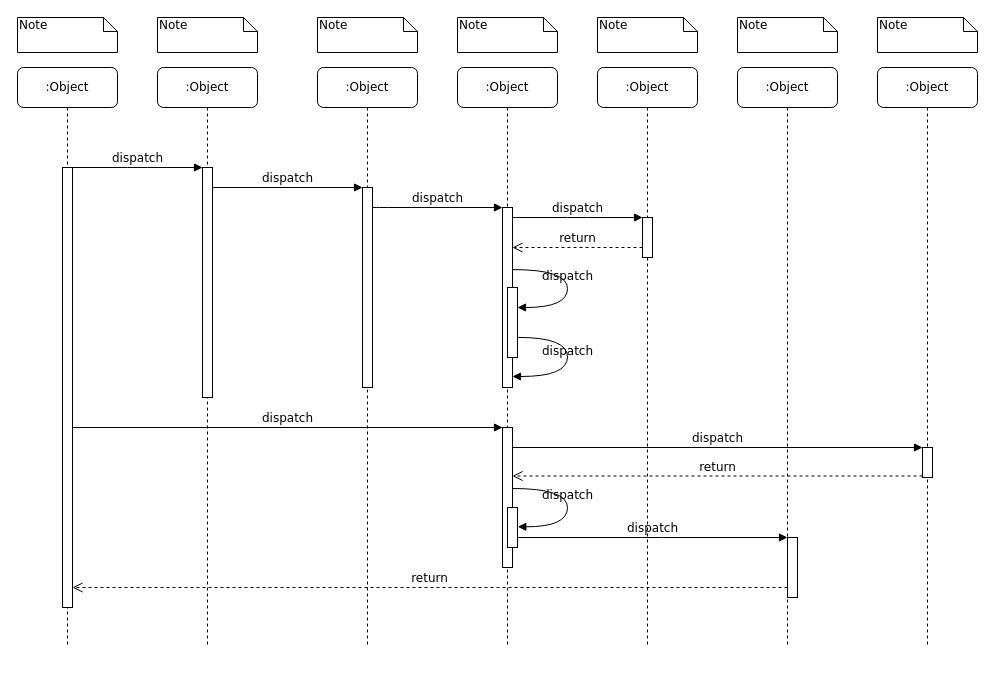
Above: 未命名绘图.drawio in mansu10/graphics (draw.io), before the change. Source tidied: cells renumbered, new cells numbered last; positions are measured from the earlier drawing's top-left corner, leaving out a move shared by most shapes. Both pictures are drawn from the tidied source at 100%, with x=0, y=0 at pixel (17, 17).
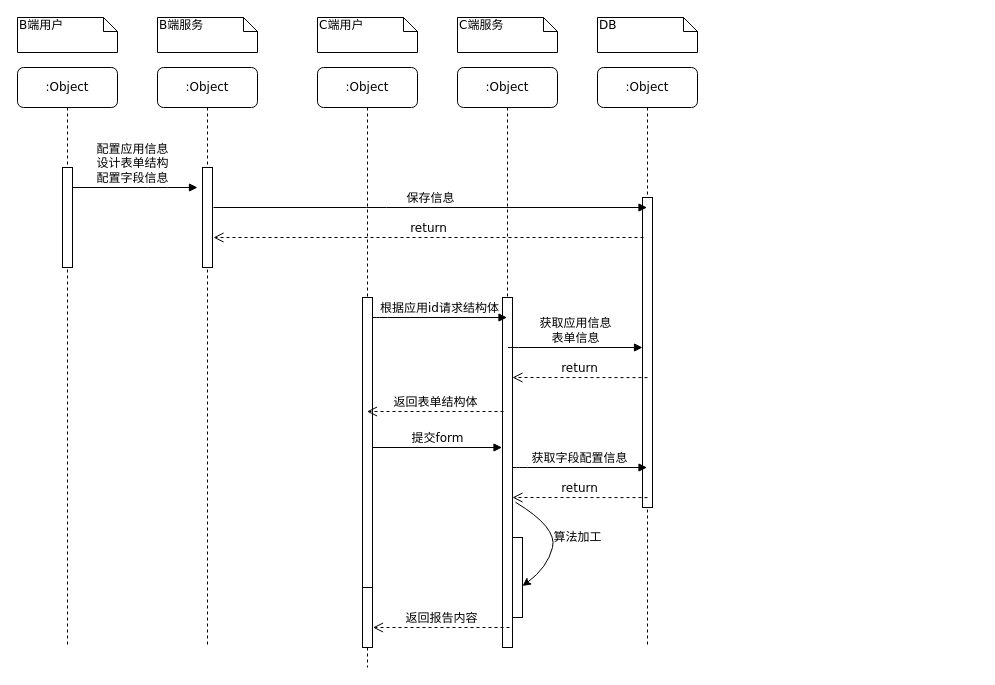
The same diagram, later.

The change refers to these unchanged cells:
```xml
<mxCell id="2" value=":Object" style="shape=umlLifeline;perimeter=lifelinePerimeter;whiteSpace=wrap;html=1;rounded=1;shadow=0;comic=0;labelBackgroundColor=none;strokeWidth=1;fontFamily=Verdana;fontSize=12;align=center;" parent="1" vertex="1">
  <mxGeometry x="140" y="50" width="100" height="580" as="geometry" />
</mxCell>
<mxCell id="6" value=":Object" style="shape=umlLifeline;perimeter=lifelinePerimeter;whiteSpace=wrap;html=1;outlineConnect=0;rounded=1;shadow=0;comic=0;labelBackgroundColor=none;strokeWidth=1;fontFamily=Verdana;fontSize=12;align=center;" parent="1" vertex="1">
  <mxGeometry x="440" y="50" width="100" height="580" as="geometry" />
</mxCell>
<mxCell id="7" value=":Object" style="shape=umlLifeline;perimeter=lifelinePerimeter;whiteSpace=wrap;html=1;outlineConnect=0;rounded=1;shadow=0;comic=0;labelBackgroundColor=none;strokeWidth=1;fontFamily=Verdana;fontSize=12;align=center;" parent="1" vertex="1">
  <mxGeometry x="580" y="50" width="100" height="580" as="geometry" />
</mxCell>
<mxCell id="10" value=":Object" style="shape=umlLifeline;perimeter=lifelinePerimeter;whiteSpace=wrap;html=1;outlineConnect=0;rounded=1;shadow=0;comic=0;labelBackgroundColor=none;strokeWidth=1;fontFamily=Verdana;fontSize=12;align=center;" parent="1" vertex="1">
  <mxGeometry y="50" width="100" height="580" as="geometry" />
</mxCell>
```

Change to the diagram source:
```diff
@@
     <mxCell id="3" style="html=1;points=[];perimeter=orthogonalPerimeter;rounded=0;shadow=0;comic=0;labelBackgroundColor=none;strokeWidth=1;fontFamily=Verdana;fontSize=12;align=center;" parent="2" vertex="1">
-      <mxGeometry x="45" y="100" width="10" height="230" as="geometry" />
+      <mxGeometry x="45" y="100" width="10" height="100" as="geometry" />
     </mxCell>
+    <mxCell id="39" value="&lt;span style=&quot;font-family: Helvetica;&quot;&gt;配置应用信息&lt;/span&gt;&lt;br style=&quot;font-family: Helvetica;&quot;&gt;&lt;span style=&quot;font-family: Helvetica;&quot;&gt;设计表单结构&lt;br&gt;配置字段信息&lt;br&gt;&lt;/span&gt;" style="html=1;verticalAlign=bottom;endArrow=block;labelBackgroundColor=none;fontFamily=Verdana;fontSize=12;edgeStyle=elbowEdgeStyle;elbow=vertical;" parent="2" edge="1" source="10">
+      <mxGeometry relative="1" as="geometry">
+        <mxPoint x="40" y="120" as="targetPoint" />
+      </mxGeometry>
+    </mxCell>
     <mxCell id="4" value=":Object" style="shape=umlLifeline;perimeter=lifelinePerimeter;whiteSpace=wrap;html=1;outlineConnect=0;rounded=1;shadow=0;comic=0;labelBackgroundColor=none;strokeWidth=1;fontFamily=Verdana;fontSize=12;align=center;" parent="1" vertex="1">
-      <mxGeometry x="300" y="50" width="100" height="580" as="geometry" />
+      <mxGeometry x="300" y="50" width="100" height="600" as="geometry" />
     </mxCell>
     <mxCell id="5" style="html=1;points=[];perimeter=orthogonalPerimeter;rounded=0;shadow=0;comic=0;labelBackgroundColor=none;strokeWidth=1;fontFamily=Verdana;fontSize=12;align=center;" parent="4" vertex="1">
-      <mxGeometry x="45" y="120" width="10" height="200" as="geometry" />
+      <mxGeometry x="45" y="230" width="10" height="310" as="geometry" />
     </mxCell>
+    <mxCell id="40" style="html=1;perimeter=orthogonalPerimeter;rounded=0;shadow=0;comic=0;labelBackgroundColor=none;strokeWidth=1;fontFamily=Verdana;fontSize=12;align=center;" parent="4" vertex="1">
+      <mxGeometry x="45" y="520" width="10" height="60" as="geometry" />
+    </mxCell>
@@
+    <mxCell id="41" value="提交form" style="html=1;verticalAlign=bottom;endArrow=block;labelBackgroundColor=none;fontFamily=Verdana;fontSize=12;edgeStyle=elbowEdgeStyle;elbow=vertical;" parent="6" edge="1">
+      <mxGeometry relative="1" as="geometry">
+        <mxPoint x="-85" y="380" as="sourcePoint" />
+        <mxPoint x="44.5" y="380" as="targetPoint" />
+        <Array as="points">
+          <mxPoint x="-85" y="380" />
+          <mxPoint x="-135" y="340" />
+          <mxPoint x="-45" y="360" />
+          <mxPoint x="-135" y="360" />
+        </Array>
+      </mxGeometry>
+    </mxCell>
+    <mxCell id="42" style="html=1;points=[];perimeter=orthogonalPerimeter;rounded=0;shadow=0;comic=0;labelBackgroundColor=none;strokeWidth=1;fontFamily=Verdana;fontSize=12;align=center;" parent="6" vertex="1">
+      <mxGeometry x="55" y="470" width="10" height="80" as="geometry" />
+    </mxCell>
@@
-    <mxCell id="8" value=":Object" style="shape=umlLifeline;perimeter=lifelinePerimeter;whiteSpace=wrap;html=1;rounded=1;shadow=0;comic=0;labelBackgroundColor=none;strokeWidth=1;fontFamily=Verdana;fontSize=12;align=center;" parent="1" vertex="1">
-      <mxGeometry x="720" y="50" width="100" height="580" as="geometry" />
-    </mxCell>
-    <mxCell id="9" value=":Object" style="shape=umlLifeline;perimeter=lifelinePerimeter;whiteSpace=wrap;html=1;rounded=1;shadow=0;comic=0;labelBackgroundColor=none;strokeWidth=1;fontFamily=Verdana;fontSize=12;align=center;" parent="1" vertex="1">
-      <mxGeometry x="860" y="50" width="100" height="580" as="geometry" />
-    </mxCell>
+    <mxCell id="14" style="html=1;points=[];perimeter=orthogonalPerimeter;rounded=0;shadow=0;comic=0;labelBackgroundColor=none;strokeWidth=1;fontFamily=Verdana;fontSize=12;align=center;" parent="7" vertex="1">
+      <mxGeometry x="45" y="130" width="10" height="310" as="geometry" />
+    </mxCell>
+    <mxCell id="12" style="html=1;points=[];perimeter=orthogonalPerimeter;rounded=0;shadow=0;comic=0;labelBackgroundColor=none;strokeWidth=1;fontFamily=Verdana;fontSize=12;align=center;" parent="7" vertex="1">
+      <mxGeometry x="-95" y="230" width="10" height="350" as="geometry" />
+    </mxCell>
+    <mxCell id="16" value="return" style="html=1;verticalAlign=bottom;endArrow=open;dashed=1;endSize=8;labelBackgroundColor=none;fontFamily=Verdana;fontSize=12;edgeStyle=elbowEdgeStyle;elbow=vertical;exitX=0.5;exitY=0.581;exitDx=0;exitDy=0;exitPerimeter=0;" parent="7" edge="1" source="14" target="12">
+      <mxGeometry relative="1" as="geometry">
+        <Array as="points">
+          <mxPoint x="-20" y="310" />
+          <mxPoint y="310" />
+          <mxPoint y="290" />
+          <mxPoint x="-10" y="275" />
+          <mxPoint x="20" y="275" />
+        </Array>
+      </mxGeometry>
+    </mxCell>
+    <mxCell id="43" value="获取字段配置信息" style="html=1;verticalAlign=bottom;endArrow=block;labelBackgroundColor=none;fontFamily=Verdana;fontSize=12;edgeStyle=elbowEdgeStyle;elbow=vertical;" parent="7" edge="1">
+      <mxGeometry relative="1" as="geometry">
+        <mxPoint x="-85" y="400" as="sourcePoint" />
+        <mxPoint x="49.5" y="400" as="targetPoint" />
+        <Array as="points">
+          <mxPoint x="-80" y="400" />
+          <mxPoint x="-130" y="360" />
+          <mxPoint x="-40" y="380" />
+          <mxPoint x="-130" y="380" />
+        </Array>
+      </mxGeometry>
+    </mxCell>
+    <mxCell id="44" value="return" style="html=1;verticalAlign=bottom;endArrow=open;dashed=1;endSize=8;labelBackgroundColor=none;fontFamily=Verdana;fontSize=12;edgeStyle=elbowEdgeStyle;elbow=vertical;exitX=0.5;exitY=0.581;exitDx=0;exitDy=0;exitPerimeter=0;" parent="7" edge="1">
+      <mxGeometry relative="1" as="geometry">
+        <mxPoint x="50" y="430.1" as="sourcePoint" />
+        <mxPoint x="-85" y="430" as="targetPoint" />
+        <Array as="points">
+          <mxPoint x="-20" y="430" />
+          <mxPoint y="430" />
+          <mxPoint y="410" />
+          <mxPoint x="-10" y="395" />
+          <mxPoint x="20" y="395" />
+        </Array>
+      </mxGeometry>
+    </mxCell>
@@
     <mxCell id="11" style="html=1;points=[];perimeter=orthogonalPerimeter;rounded=0;shadow=0;comic=0;labelBackgroundColor=none;strokeWidth=1;fontFamily=Verdana;fontSize=12;align=center;" parent="10" vertex="1">
-      <mxGeometry x="45" y="100" width="10" height="440" as="geometry" />
+      <mxGeometry x="45" y="100" width="10" height="100" as="geometry" />
     </mxCell>
-    <mxCell id="12" style="html=1;points=[];perimeter=orthogonalPerimeter;rounded=0;shadow=0;comic=0;labelBackgroundColor=none;strokeWidth=1;fontFamily=Verdana;fontSize=12;align=center;" parent="1" vertex="1">
-      <mxGeometry x="485" y="190" width="10" height="180" as="geometry" />
-    </mxCell>
-    <mxCell id="13" value="dispatch" style="html=1;verticalAlign=bottom;endArrow=block;labelBackgroundColor=none;fontFamily=Verdana;fontSize=12;edgeStyle=elbowEdgeStyle;elbow=vertical;" parent="1" edge="1" source="5" target="12">
+    <mxCell id="13" value="保存信息" style="html=1;verticalAlign=bottom;endArrow=block;labelBackgroundColor=none;fontFamily=Verdana;fontSize=12;edgeStyle=elbowEdgeStyle;elbow=vertical;exitX=1.2;exitY=0.174;exitDx=0;exitDy=0;exitPerimeter=0;" parent="1" edge="1" target="7">
       <mxGeometry relative="1" as="geometry">
+        <mxPoint x="196" y="190" as="sourcePoint" />
         <Array as="points">
-          <mxPoint x="360" y="190" />
+          <mxPoint x="359" y="190" />
         </Array>
       </mxGeometry>
     </mxCell>
-    <mxCell id="14" style="html=1;points=[];perimeter=orthogonalPerimeter;rounded=0;shadow=0;comic=0;labelBackgroundColor=none;strokeWidth=1;fontFamily=Verdana;fontSize=12;align=center;" parent="1" vertex="1">
-      <mxGeometry x="625" y="200" width="10" height="40" as="geometry" />
-    </mxCell>
-    <mxCell id="15" value="dispatch" style="html=1;verticalAlign=bottom;endArrow=block;entryX=0;entryY=0;labelBackgroundColor=none;fontFamily=Verdana;fontSize=12;edgeStyle=elbowEdgeStyle;elbow=vertical;" parent="1" edge="1" source="12" target="14">
-      <mxGeometry relative="1" as="geometry" />
-    </mxCell>
-    <mxCell id="16" value="return" style="html=1;verticalAlign=bottom;endArrow=open;dashed=1;endSize=8;labelBackgroundColor=none;fontFamily=Verdana;fontSize=12;edgeStyle=elbowEdgeStyle;elbow=vertical;" parent="1" edge="1" source="14" target="12">
-      <mxGeometry relative="1" as="geometry">
-        <Array as="points">
-          <mxPoint x="570" y="230" />
-          <mxPoint x="600" y="230" />
-        </Array>
-      </mxGeometry>
-    </mxCell>
-    <mxCell id="17" style="html=1;points=[];perimeter=orthogonalPerimeter;rounded=0;shadow=0;comic=0;labelBackgroundColor=none;strokeWidth=1;fontFamily=Verdana;fontSize=12;align=center;" parent="1" vertex="1">
-      <mxGeometry x="485" y="410" width="10" height="140" as="geometry" />
-    </mxCell>
-    <mxCell id="18" value="dispatch" style="html=1;verticalAlign=bottom;endArrow=block;entryX=0;entryY=0;labelBackgroundColor=none;fontFamily=Verdana;fontSize=12;" parent="1" edge="1" source="11" target="17">
-      <mxGeometry relative="1" as="geometry" />
-    </mxCell>
-    <mxCell id="19" style="html=1;points=[];perimeter=orthogonalPerimeter;rounded=0;shadow=0;comic=0;labelBackgroundColor=none;strokeColor=#000000;strokeWidth=1;fillColor=#FFFFFF;fontFamily=Verdana;fontSize=12;fontColor=#000000;align=center;" parent="1" vertex="1">
-      <mxGeometry x="905" y="430" width="10" height="30" as="geometry" />
-    </mxCell>
-    <mxCell id="20" value="dispatch" style="html=1;verticalAlign=bottom;endArrow=block;entryX=0;entryY=0;labelBackgroundColor=none;fontFamily=Verdana;fontSize=12;" parent="1" edge="1" source="17" target="19">
-      <mxGeometry relative="1" as="geometry" />
-    </mxCell>
-    <mxCell id="21" value="return" style="html=1;verticalAlign=bottom;endArrow=open;dashed=1;endSize=8;exitX=0;exitY=0.95;labelBackgroundColor=none;fontFamily=Verdana;fontSize=12;" parent="1" edge="1" source="19" target="17">
-      <mxGeometry relative="1" as="geometry" />
-    </mxCell>
-    <mxCell id="22" style="html=1;points=[];perimeter=orthogonalPerimeter;rounded=0;shadow=0;comic=0;labelBackgroundColor=none;strokeWidth=1;fontFamily=Verdana;fontSize=12;align=center;" parent="1" vertex="1">
-      <mxGeometry x="770" y="520" width="10" height="60" as="geometry" />
-    </mxCell>
-    <mxCell id="23" value="dispatch" style="html=1;verticalAlign=bottom;endArrow=block;entryX=0;entryY=0;labelBackgroundColor=none;fontFamily=Verdana;fontSize=12;edgeStyle=elbowEdgeStyle;elbow=vertical;" parent="1" edge="1" source="30" target="22">
-      <mxGeometry relative="1" as="geometry" />
-    </mxCell>
-    <mxCell id="24" value="return" style="html=1;verticalAlign=bottom;endArrow=open;dashed=1;endSize=8;labelBackgroundColor=none;fontFamily=Verdana;fontSize=12;edgeStyle=elbowEdgeStyle;elbow=vertical;" parent="1" edge="1" source="22" target="11">
-      <mxGeometry relative="1" as="geometry">
-        <Array as="points">
-          <mxPoint x="470" y="570" />
-        </Array>
-      </mxGeometry>
-    </mxCell>
-    <mxCell id="25" value="dispatch" style="html=1;verticalAlign=bottom;endArrow=block;entryX=0;entryY=0;labelBackgroundColor=none;fontFamily=Verdana;fontSize=12;edgeStyle=elbowEdgeStyle;elbow=vertical;" parent="1" edge="1" source="11" target="3">
-      <mxGeometry relative="1" as="geometry" />
-    </mxCell>
-    <mxCell id="26" value="dispatch" style="html=1;verticalAlign=bottom;endArrow=block;entryX=0;entryY=0;labelBackgroundColor=none;fontFamily=Verdana;fontSize=12;edgeStyle=elbowEdgeStyle;elbow=vertical;" parent="1" edge="1" source="3" target="5">
-      <mxGeometry relative="1" as="geometry" />
+    <mxCell id="26" value="根据应用id请求结构体" style="html=1;verticalAlign=bottom;endArrow=block;labelBackgroundColor=none;fontFamily=Verdana;fontSize=12;edgeStyle=elbowEdgeStyle;elbow=vertical;" parent="1" edge="1" source="5" target="6">
+      <mxGeometry relative="1" as="geometry">
+        <Array as="points">
+          <mxPoint x="360" y="300" />
+          <mxPoint x="310" y="260" />
+          <mxPoint x="400" y="280" />
+          <mxPoint x="310" y="280" />
+        </Array>
+      </mxGeometry>
     </mxCell>
-    <mxCell id="27" style="html=1;points=[];perimeter=orthogonalPerimeter;rounded=0;shadow=0;comic=0;labelBackgroundColor=none;strokeWidth=1;fontFamily=Verdana;fontSize=12;align=center;" parent="1" vertex="1">
-      <mxGeometry x="490" y="270" width="10" height="70" as="geometry" />
-    </mxCell>
-    <mxCell id="28" value="dispatch" style="html=1;verticalAlign=bottom;endArrow=block;labelBackgroundColor=none;fontFamily=Verdana;fontSize=12;elbow=vertical;edgeStyle=orthogonalEdgeStyle;curved=1;entryX=1;entryY=0.286;entryPerimeter=0;exitX=1.038;exitY=0.345;exitPerimeter=0;" parent="1" edge="1" source="12" target="27">
-      <mxGeometry relative="1" as="geometry">
-        <Array as="points">
-          <mxPoint x="550" y="252" />
-          <mxPoint x="550" y="290" />
-        </Array>
-      </mxGeometry>
-    </mxCell>
-    <mxCell id="29" value="dispatch" style="html=1;verticalAlign=bottom;endArrow=block;labelBackgroundColor=none;fontFamily=Verdana;fontSize=12;elbow=vertical;edgeStyle=orthogonalEdgeStyle;curved=1;exitX=1.066;exitY=0.713;exitPerimeter=0;" parent="1" edge="1" source="27">
-      <mxGeometry relative="1" as="geometry">
-        <mxPoint x="495" y="359" as="targetPoint" />
-        <Array as="points">
-          <mxPoint x="550" y="320" />
-          <mxPoint x="550" y="359" />
-        </Array>
-      </mxGeometry>
-    </mxCell>
-    <mxCell id="30" style="html=1;points=[];perimeter=orthogonalPerimeter;rounded=0;shadow=0;comic=0;labelBackgroundColor=none;strokeWidth=1;fontFamily=Verdana;fontSize=12;align=center;" parent="1" vertex="1">
-      <mxGeometry x="490" y="490" width="10" height="40" as="geometry" />
-    </mxCell>
-    <mxCell id="31" value="dispatch" style="html=1;verticalAlign=bottom;endArrow=block;labelBackgroundColor=none;fontFamily=Verdana;fontSize=12;elbow=vertical;edgeStyle=orthogonalEdgeStyle;curved=1;entryX=1;entryY=0.286;entryPerimeter=0;exitX=1.038;exitY=0.345;exitPerimeter=0;" parent="1" edge="1">
-      <mxGeometry relative="1" as="geometry">
-        <mxPoint x="495.3" y="471" as="sourcePoint" />
-        <mxPoint x="500.3" y="509.3" as="targetPoint" />
-        <Array as="points">
-          <mxPoint x="550" y="471" />
-          <mxPoint x="550" y="509" />
-        </Array>
-      </mxGeometry>
-    </mxCell>
-    <mxCell id="32" value="Note" style="shape=note;whiteSpace=wrap;html=1;size=14;verticalAlign=top;align=left;spacingTop=-6;rounded=0;shadow=0;comic=0;labelBackgroundColor=none;strokeWidth=1;fontFamily=Verdana;fontSize=12;" parent="1" vertex="1">
+    <mxCell id="32" value="B端用户" style="shape=note;whiteSpace=wrap;html=1;size=14;verticalAlign=top;align=left;spacingTop=-6;rounded=0;shadow=0;comic=0;labelBackgroundColor=none;strokeWidth=1;fontFamily=Verdana;fontSize=12;" parent="1" vertex="1">
       <mxGeometry width="100" height="35" as="geometry" />
     </mxCell>
-    <mxCell id="33" value="Note" style="shape=note;whiteSpace=wrap;html=1;size=14;verticalAlign=top;align=left;spacingTop=-6;rounded=0;shadow=0;comic=0;labelBackgroundColor=none;strokeWidth=1;fontFamily=Verdana;fontSize=12;" parent="1" vertex="1">
+    <mxCell id="33" value="B端服务" style="shape=note;whiteSpace=wrap;html=1;size=14;verticalAlign=top;align=left;spacingTop=-6;rounded=0;shadow=0;comic=0;labelBackgroundColor=none;strokeWidth=1;fontFamily=Verdana;fontSize=12;" parent="1" vertex="1">
       <mxGeometry x="140" width="100" height="35" as="geometry" />
     </mxCell>
-    <mxCell id="34" value="Note" style="shape=note;whiteSpace=wrap;html=1;size=14;verticalAlign=top;align=left;spacingTop=-6;rounded=0;shadow=0;comic=0;labelBackgroundColor=none;strokeWidth=1;fontFamily=Verdana;fontSize=12;" parent="1" vertex="1">
+    <mxCell id="34" value="C端用户" style="shape=note;whiteSpace=wrap;html=1;size=14;verticalAlign=top;align=left;spacingTop=-6;rounded=0;shadow=0;comic=0;labelBackgroundColor=none;strokeWidth=1;fontFamily=Verdana;fontSize=12;" parent="1" vertex="1">
       <mxGeometry x="300" width="100" height="35" as="geometry" />
     </mxCell>
-    <mxCell id="35" value="Note" style="shape=note;whiteSpace=wrap;html=1;size=14;verticalAlign=top;align=left;spacingTop=-6;rounded=0;shadow=0;comic=0;labelBackgroundColor=none;strokeWidth=1;fontFamily=Verdana;fontSize=12;" parent="1" vertex="1">
+    <mxCell id="35" value="C端服务" style="shape=note;whiteSpace=wrap;html=1;size=14;verticalAlign=top;align=left;spacingTop=-6;rounded=0;shadow=0;comic=0;labelBackgroundColor=none;strokeWidth=1;fontFamily=Verdana;fontSize=12;" parent="1" vertex="1">
       <mxGeometry x="440" width="100" height="35" as="geometry" />
     </mxCell>
-    <mxCell id="36" value="Note" style="shape=note;whiteSpace=wrap;html=1;size=14;verticalAlign=top;align=left;spacingTop=-6;rounded=0;shadow=0;comic=0;labelBackgroundColor=none;strokeWidth=1;fontFamily=Verdana;fontSize=12;" parent="1" vertex="1">
+    <mxCell id="36" value="DB" style="shape=note;whiteSpace=wrap;html=1;size=14;verticalAlign=top;align=left;spacingTop=-6;rounded=0;shadow=0;comic=0;labelBackgroundColor=none;strokeWidth=1;fontFamily=Verdana;fontSize=12;" parent="1" vertex="1">
       <mxGeometry x="580" width="100" height="35" as="geometry" />
     </mxCell>
-    <mxCell id="37" value="Note" style="shape=note;whiteSpace=wrap;html=1;size=14;verticalAlign=top;align=left;spacingTop=-6;rounded=0;shadow=0;comic=0;labelBackgroundColor=none;strokeWidth=1;fontFamily=Verdana;fontSize=12;" parent="1" vertex="1">
-      <mxGeometry x="720" width="100" height="35" as="geometry" />
-    </mxCell>
-    <mxCell id="38" value="Note" style="shape=note;whiteSpace=wrap;html=1;size=14;verticalAlign=top;align=left;spacingTop=-6;rounded=0;shadow=0;comic=0;labelBackgroundColor=none;strokeWidth=1;fontFamily=Verdana;fontSize=12;" parent="1" vertex="1">
-      <mxGeometry x="860" width="100" height="35" as="geometry" />
-    </mxCell>
+    <mxCell id="45" value="return" style="html=1;verticalAlign=bottom;endArrow=open;dashed=1;endSize=8;labelBackgroundColor=none;fontFamily=Verdana;fontSize=12;edgeStyle=elbowEdgeStyle;elbow=horizontal;" parent="1" edge="1">
+      <mxGeometry relative="1" as="geometry">
+        <mxPoint x="626" y="220" as="sourcePoint" />
+        <mxPoint x="196" y="220" as="targetPoint" />
+        <Array as="points">
+          <mxPoint x="271" y="219.5" />
+          <mxPoint x="301" y="219.5" />
+        </Array>
+      </mxGeometry>
+    </mxCell>
+    <mxCell id="46" value="返回表单结构体" style="html=1;verticalAlign=bottom;endArrow=open;dashed=1;endSize=8;labelBackgroundColor=none;fontFamily=Verdana;fontSize=12;edgeStyle=elbowEdgeStyle;elbow=vertical;" parent="1" edge="1" target="4">
+      <mxGeometry relative="1" as="geometry">
+        <mxPoint x="486" y="394" as="sourcePoint" />
+        <Array as="points">
+          <mxPoint x="430" y="394" />
+          <mxPoint x="460" y="394" />
+        </Array>
+      </mxGeometry>
+    </mxCell>
+    <mxCell id="47" value="获取应用信息&lt;br&gt;表单信息" style="html=1;verticalAlign=bottom;endArrow=block;labelBackgroundColor=none;fontFamily=Verdana;fontSize=12;edgeStyle=elbowEdgeStyle;elbow=vertical;" parent="1" edge="1">
+      <mxGeometry relative="1" as="geometry">
+        <mxPoint x="490.5" y="330" as="sourcePoint" />
+        <mxPoint x="625" y="330" as="targetPoint" />
+        <Array as="points">
+          <mxPoint x="495.5" y="330" />
+          <mxPoint x="445.5" y="290" />
+          <mxPoint x="535.5" y="310" />
+          <mxPoint x="445.5" y="310" />
+        </Array>
+      </mxGeometry>
+    </mxCell>
+    <mxCell id="48" style="curved=1;endArrow=classic;html=1;rounded=0;exitX=1.3;exitY=0.585;exitDx=0;exitDy=0;exitPerimeter=0;entryX=1;entryY=0.606;entryDx=0;entryDy=0;entryPerimeter=0;" parent="1" edge="1" source="12" target="42">
+      <mxGeometry relative="1" as="geometry">
+        <Array as="points">
+          <mxPoint x="540" y="510" />
+          <mxPoint x="530" y="550" />
+        </Array>
+      </mxGeometry>
+    </mxCell>
+    <mxCell id="49" value="算法加工" style="text;html=1;align=center;verticalAlign=middle;strokeColor=none;fillColor=none;" parent="1" vertex="1">
+      <mxGeometry x="525" y="505" width="70" height="30" as="geometry" />
+    </mxCell>
+    <mxCell id="50" value="返回报告内容" style="html=1;verticalAlign=bottom;endArrow=open;dashed=1;endSize=8;labelBackgroundColor=none;fontFamily=Verdana;fontSize=12;edgeStyle=elbowEdgeStyle;elbow=horizontal;" parent="1" edge="1">
+      <mxGeometry relative="1" as="geometry">
+        <mxPoint x="492" y="610" as="sourcePoint" />
+        <mxPoint x="355.5" y="610" as="targetPoint" />
+        <Array as="points">
+          <mxPoint x="436" y="610" />
+          <mxPoint x="466" y="610" />
+        </Array>
+      </mxGeometry>
+    </mxCell>
```
